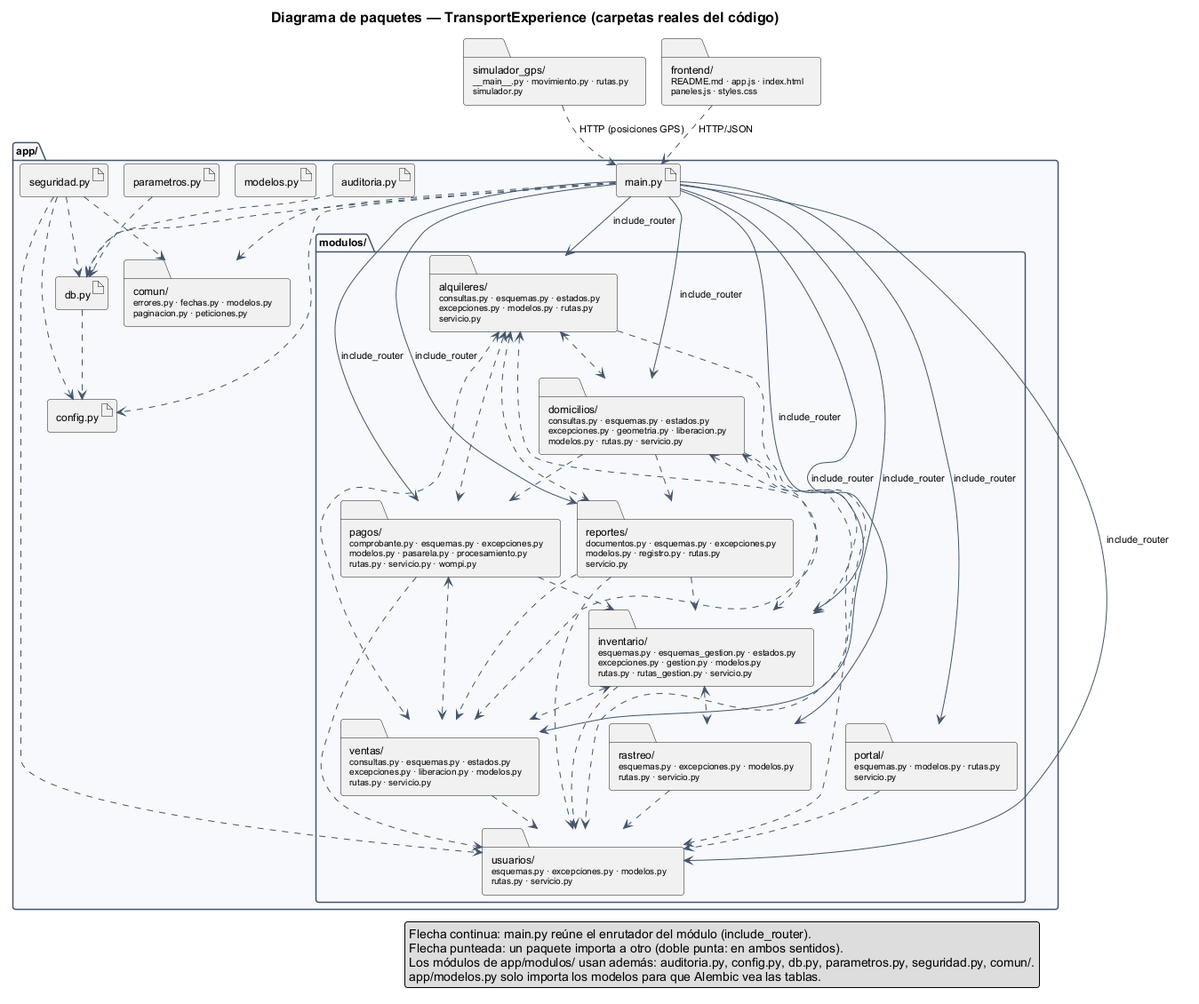
The PlantUML diagram docs/uml/01-paquetes.png in jcaro819/TransportExperienceBackend, before a commit.
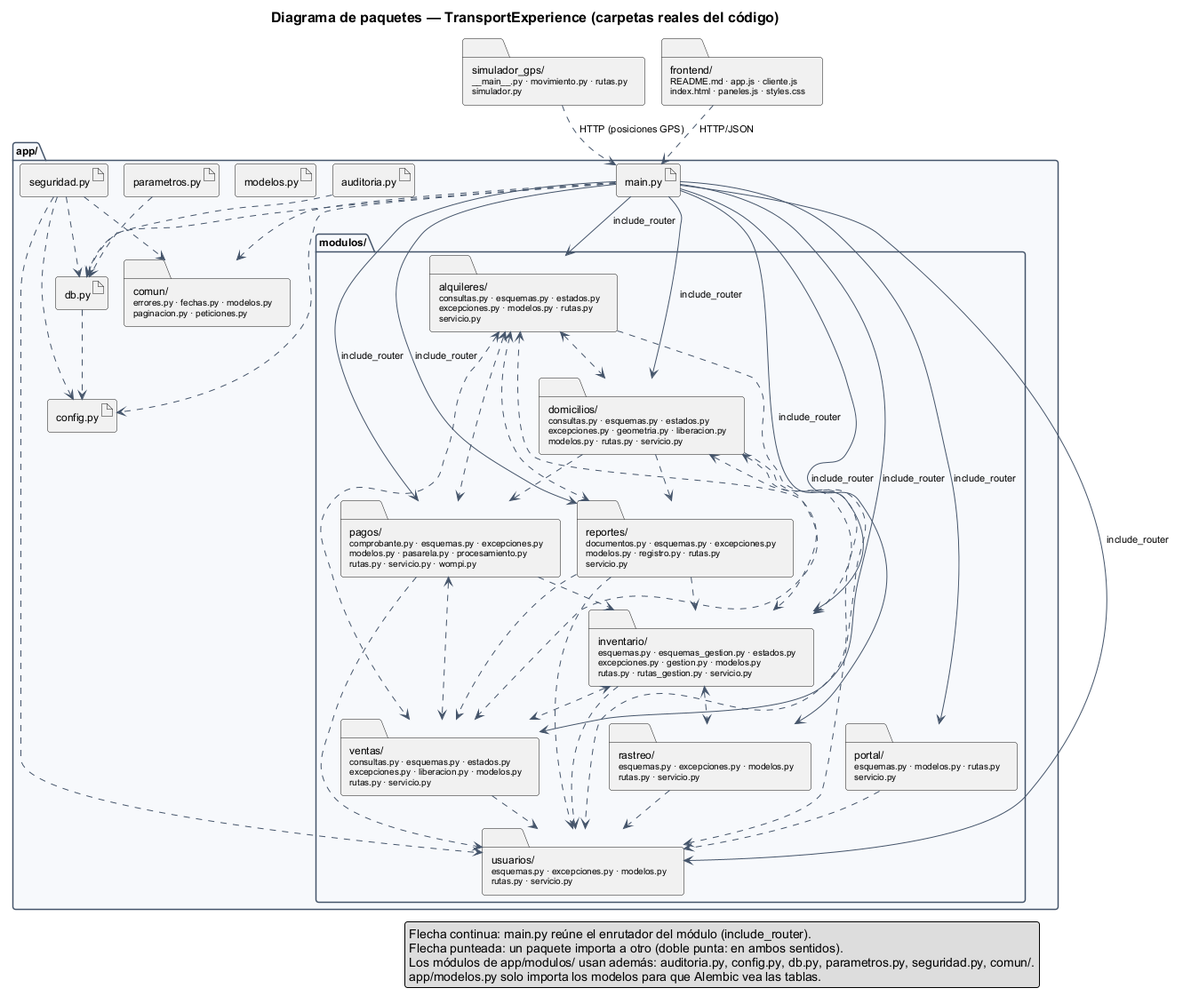
The same file after the commit.

Commit message:
Docs: diagrama de paquetes con frontend/cliente.js

Change to the diagram source:
```diff
@@ -24,7 +24,7 @@
   }
 }
 folder "simulador_gps/\n<size:10>~__main~__.py · movimiento.py · rutas.py</size>\n<size:10>simulador.py</size>" as c_simulador_gps
-folder "frontend/\n<size:10>README.md · app.js · index.html</size>\n<size:10>paneles.js · styles.css</size>" as c_frontend
+folder "frontend/\n<size:10>README.md · app.js · cliente.js</size>\n<size:10>index.html · paneles.js · styles.css</size>" as c_frontend
 
 a_main ..> a_config
 a_main ..> a_db
```
